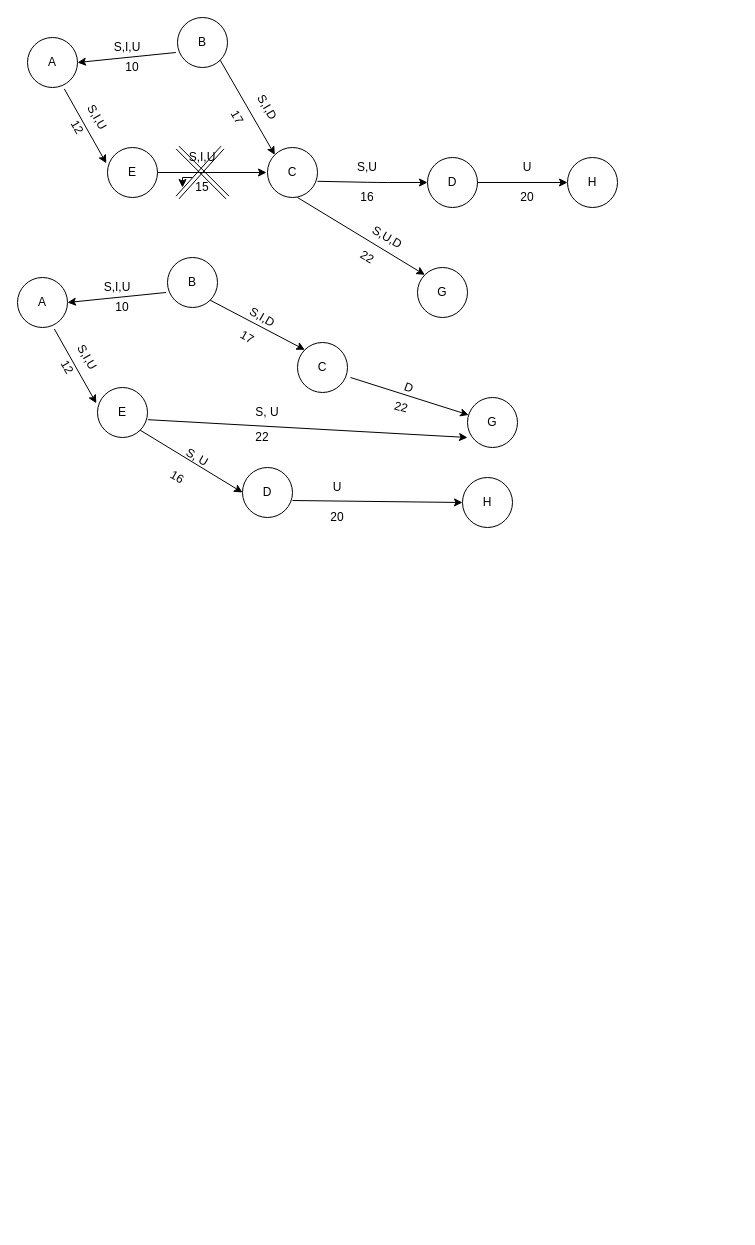
Above: Untitled Diagram.drawio in WynSon/Linux-Basic-for-Hacker (draw.io), before the change. Source tidied: cells renumbered, new cells numbered last; positions are measured from the earlier drawing's top-left corner, leaving out a move shared by most shapes. Both pictures are drawn from the tidied source at 100%, with x=0, y=0 at pixel (17, 17).
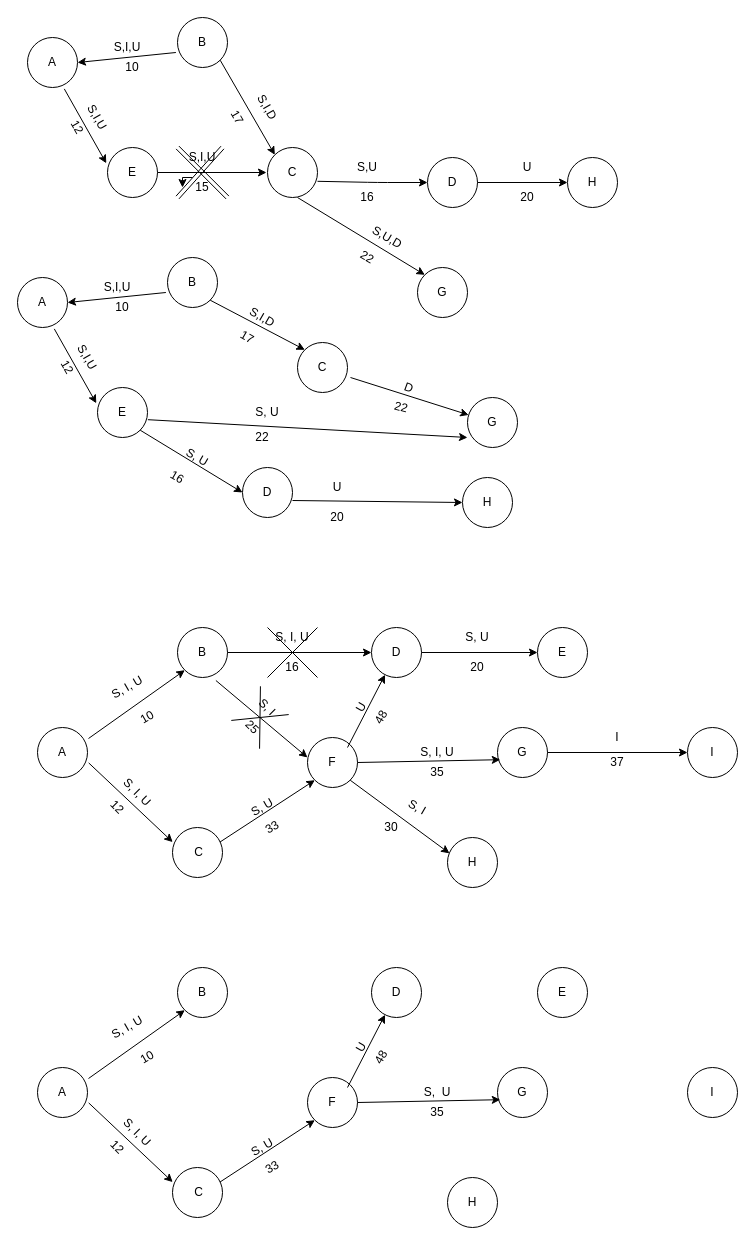
After the change.

Change to the diagram source:
```diff
@@
+    <mxCell id="61" value="B" style="ellipse;whiteSpace=wrap;html=1;" parent="1" vertex="1">
+      <mxGeometry x="160" y="610" width="50" height="50" as="geometry" />
+    </mxCell>
+    <mxCell id="62" value="H" style="ellipse;whiteSpace=wrap;html=1;" parent="1" vertex="1">
+      <mxGeometry x="430" y="820" width="50" height="50" as="geometry" />
+    </mxCell>
+    <mxCell id="63" value="I" style="ellipse;whiteSpace=wrap;html=1;" parent="1" vertex="1">
+      <mxGeometry x="670" y="710" width="50" height="50" as="geometry" />
+    </mxCell>
+    <mxCell id="64" value="G" style="ellipse;whiteSpace=wrap;html=1;" parent="1" vertex="1">
+      <mxGeometry x="480" y="710" width="50" height="50" as="geometry" />
+    </mxCell>
+    <mxCell id="65" value="F" style="ellipse;whiteSpace=wrap;html=1;" parent="1" vertex="1">
+      <mxGeometry x="290" y="720" width="50" height="50" as="geometry" />
+    </mxCell>
+    <mxCell id="66" value="E" style="ellipse;whiteSpace=wrap;html=1;" parent="1" vertex="1">
+      <mxGeometry x="520" y="610" width="50" height="50" as="geometry" />
+    </mxCell>
+    <mxCell id="67" value="D" style="ellipse;whiteSpace=wrap;html=1;" parent="1" vertex="1">
+      <mxGeometry x="354" y="610" width="50" height="50" as="geometry" />
+    </mxCell>
+    <mxCell id="68" value="&amp;nbsp;C" style="ellipse;whiteSpace=wrap;html=1;" parent="1" vertex="1">
+      <mxGeometry x="155" y="810" width="50" height="50" as="geometry" />
+    </mxCell>
+    <mxCell id="69" value="A" style="ellipse;whiteSpace=wrap;html=1;" parent="1" vertex="1">
+      <mxGeometry x="20" y="710" width="50" height="50" as="geometry" />
+    </mxCell>
+    <mxCell id="70" style="endArrow=classic;html=1;entryX=0;entryY=1;entryDx=0;entryDy=0;" parent="1" edge="1" target="61">
+      <mxGeometry relative="1" as="geometry">
+        <mxPoint x="71" y="721" as="sourcePoint" />
+      </mxGeometry>
+    </mxCell>
+    <mxCell id="71" style="endArrow=classic;html=1;entryX=0.004;entryY=0.292;entryDx=0;entryDy=0;exitX=1.024;exitY=0.708;exitDx=0;exitDy=0;exitPerimeter=0;entryPerimeter=0;" parent="1" edge="1" source="69" target="68">
+      <mxGeometry relative="1" as="geometry" />
+    </mxCell>
+    <mxCell id="72" style="endArrow=classic;html=1;exitX=1;exitY=0.5;exitDx=0;exitDy=0;entryX=0;entryY=0.5;entryDx=0;entryDy=0;" parent="1" edge="1" source="61" target="67">
+      <mxGeometry relative="1" as="geometry" />
+    </mxCell>
+    <mxCell id="73" style="endArrow=classic;html=1;exitX=0.948;exitY=0.292;exitDx=0;exitDy=0;exitPerimeter=0;entryX=0;entryY=1;entryDx=0;entryDy=0;" parent="1" edge="1" source="68" target="65">
+      <mxGeometry relative="1" as="geometry" />
+    </mxCell>
+    <mxCell id="74" style="endArrow=classic;html=1;exitX=0.8;exitY=0.2;exitDx=0;exitDy=0;exitPerimeter=0;" parent="1" edge="1" source="65" target="67">
+      <mxGeometry relative="1" as="geometry" />
+    </mxCell>
+    <mxCell id="75" style="endArrow=classic;html=1;exitX=1;exitY=0.5;exitDx=0;exitDy=0;entryX=0.056;entryY=0.644;entryDx=0;entryDy=0;entryPerimeter=0;" parent="1" edge="1" source="65" target="64">
+      <mxGeometry relative="1" as="geometry" />
+    </mxCell>
+    <mxCell id="76" style="endArrow=classic;html=1;exitX=1;exitY=0.5;exitDx=0;exitDy=0;entryX=0;entryY=0.5;entryDx=0;entryDy=0;" parent="1" edge="1" source="67" target="66">
+      <mxGeometry relative="1" as="geometry" />
+    </mxCell>
+    <mxCell id="77" style="endArrow=classic;html=1;exitX=1;exitY=0.5;exitDx=0;exitDy=0;entryX=0;entryY=0.5;entryDx=0;entryDy=0;" parent="1" edge="1" source="64" target="63">
+      <mxGeometry relative="1" as="geometry" />
+    </mxCell>
+    <mxCell id="78" style="endArrow=classic;html=1;exitX=1;exitY=1;exitDx=0;exitDy=0;entryX=0.04;entryY=0.316;entryDx=0;entryDy=0;entryPerimeter=0;" parent="1" edge="1" source="65" target="62">
+      <mxGeometry relative="1" as="geometry" />
+    </mxCell>
+    <mxCell id="79" value="S, I, U" style="text;html=1;strokeColor=none;fillColor=none;align=center;verticalAlign=middle;whiteSpace=wrap;rounded=0;rotation=-30;" parent="1" vertex="1">
+      <mxGeometry x="90" y="660" width="40" height="20" as="geometry" />
+    </mxCell>
+    <mxCell id="80" value="10" style="text;html=1;strokeColor=none;fillColor=none;align=center;verticalAlign=middle;whiteSpace=wrap;rounded=0;rotation=-30;" parent="1" vertex="1">
+      <mxGeometry x="110" y="690" width="40" height="20" as="geometry" />
+    </mxCell>
+    <mxCell id="81" value="20" style="text;html=1;strokeColor=none;fillColor=none;align=center;verticalAlign=middle;whiteSpace=wrap;rounded=0;" parent="1" vertex="1">
+      <mxGeometry x="440" y="640" width="40" height="20" as="geometry" />
+    </mxCell>
+    <mxCell id="82" value="S, U" style="text;html=1;strokeColor=none;fillColor=none;align=center;verticalAlign=middle;whiteSpace=wrap;rounded=0;" parent="1" vertex="1">
+      <mxGeometry x="440" y="610" width="40" height="20" as="geometry" />
+    </mxCell>
+    <mxCell id="83" value="33" style="text;html=1;strokeColor=none;fillColor=none;align=center;verticalAlign=middle;whiteSpace=wrap;rounded=0;rotation=-30;" parent="1" vertex="1">
+      <mxGeometry x="235" y="800" width="40" height="20" as="geometry" />
+    </mxCell>
+    <mxCell id="84" value="S, U" style="text;html=1;strokeColor=none;fillColor=none;align=center;verticalAlign=middle;whiteSpace=wrap;rounded=0;rotation=-30;" parent="1" vertex="1">
+      <mxGeometry x="225" y="780" width="40" height="20" as="geometry" />
+    </mxCell>
+    <mxCell id="85" value="16" style="text;html=1;strokeColor=none;fillColor=none;align=center;verticalAlign=middle;whiteSpace=wrap;rounded=0;" parent="1" vertex="1">
+      <mxGeometry x="255" y="640" width="40" height="20" as="geometry" />
+    </mxCell>
+    <mxCell id="86" value="S, I, U" style="text;html=1;strokeColor=none;fillColor=none;align=center;verticalAlign=middle;whiteSpace=wrap;rounded=0;" parent="1" vertex="1">
+      <mxGeometry x="255" y="610" width="40" height="20" as="geometry" />
+    </mxCell>
+    <mxCell id="87" value="S, I, U" style="text;html=1;strokeColor=none;fillColor=none;align=center;verticalAlign=middle;whiteSpace=wrap;rounded=0;rotation=45;" parent="1" vertex="1">
+      <mxGeometry x="100" y="765" width="40" height="20" as="geometry" />
+    </mxCell>
+    <mxCell id="88" value="12" style="text;html=1;strokeColor=none;fillColor=none;align=center;verticalAlign=middle;whiteSpace=wrap;rounded=0;rotation=45;" parent="1" vertex="1">
+      <mxGeometry x="80" y="780" width="40" height="20" as="geometry" />
+    </mxCell>
+    <mxCell id="89" value="I" style="text;html=1;strokeColor=none;fillColor=none;align=center;verticalAlign=middle;whiteSpace=wrap;rounded=0;" parent="1" vertex="1">
+      <mxGeometry x="580" y="710" width="40" height="20" as="geometry" />
+    </mxCell>
+    <mxCell id="90" value="S, I" style="text;html=1;strokeColor=none;fillColor=none;align=center;verticalAlign=middle;whiteSpace=wrap;rounded=0;rotation=30;" parent="1" vertex="1">
+      <mxGeometry x="380" y="780" width="40" height="20" as="geometry" />
+    </mxCell>
+    <mxCell id="91" value="37" style="text;html=1;strokeColor=none;fillColor=none;align=center;verticalAlign=middle;whiteSpace=wrap;rounded=0;" parent="1" vertex="1">
+      <mxGeometry x="580" y="735" width="40" height="20" as="geometry" />
+    </mxCell>
+    <mxCell id="92" value="30" style="text;html=1;strokeColor=none;fillColor=none;align=center;verticalAlign=middle;whiteSpace=wrap;rounded=0;" parent="1" vertex="1">
+      <mxGeometry x="354" y="800" width="40" height="20" as="geometry" />
+    </mxCell>
+    <mxCell id="93" value="S, I, U" style="text;html=1;strokeColor=none;fillColor=none;align=center;verticalAlign=middle;whiteSpace=wrap;rounded=0;" parent="1" vertex="1">
+      <mxGeometry x="400" y="725" width="40" height="20" as="geometry" />
+    </mxCell>
+    <mxCell id="94" value="35" style="text;html=1;strokeColor=none;fillColor=none;align=center;verticalAlign=middle;whiteSpace=wrap;rounded=0;" parent="1" vertex="1">
+      <mxGeometry x="400" y="745" width="40" height="20" as="geometry" />
+    </mxCell>
+    <mxCell id="95" style="endArrow=none;html=1;" parent="1" edge="1">
+      <mxGeometry relative="1" as="geometry">
+        <mxPoint x="250" y="660" as="sourcePoint" />
+        <mxPoint x="300" y="610" as="targetPoint" />
+      </mxGeometry>
+    </mxCell>
+    <mxCell id="96" style="endArrow=none;html=1;" parent="1" edge="1">
+      <mxGeometry relative="1" as="geometry">
+        <mxPoint x="250" y="610" as="sourcePoint" />
+        <mxPoint x="300" y="660" as="targetPoint" />
+      </mxGeometry>
+    </mxCell>
+    <mxCell id="97" style="endArrow=classic;html=1;exitX=0.768;exitY=1.06;exitDx=0;exitDy=0;exitPerimeter=0;" parent="1" edge="1" source="61">
+      <mxGeometry relative="1" as="geometry">
+        <mxPoint x="290" y="740" as="targetPoint" />
+      </mxGeometry>
+    </mxCell>
+    <mxCell id="98" value="S, I" style="text;html=1;strokeColor=none;fillColor=none;align=center;verticalAlign=middle;whiteSpace=wrap;rounded=0;rotation=45;" parent="1" vertex="1">
+      <mxGeometry x="230" y="680" width="40" height="20" as="geometry" />
+    </mxCell>
+    <mxCell id="99" value="25" style="text;html=1;strokeColor=none;fillColor=none;align=center;verticalAlign=middle;whiteSpace=wrap;rounded=0;rotation=45;" parent="1" vertex="1">
+      <mxGeometry x="215" y="700" width="40" height="20" as="geometry" />
+    </mxCell>
+    <mxCell id="100" style="endArrow=none;html=1;entryX=1;entryY=0;entryDx=0;entryDy=0;exitX=0;exitY=1;exitDx=0;exitDy=0;" parent="1" edge="1" source="99" target="98">
+      <mxGeometry relative="1" as="geometry" />
+    </mxCell>
+    <mxCell id="101" style="endArrow=none;html=1;exitX=1;exitY=1;exitDx=0;exitDy=0;entryX=0;entryY=0;entryDx=0;entryDy=0;" parent="1" edge="1" source="99" target="98">
+      <mxGeometry relative="1" as="geometry" />
+    </mxCell>
+    <mxCell id="102" value="48" style="text;html=1;strokeColor=none;fillColor=none;align=center;verticalAlign=middle;whiteSpace=wrap;rounded=0;rotation=-60;" parent="1" vertex="1">
+      <mxGeometry x="344" y="690" width="40" height="20" as="geometry" />
+    </mxCell>
+    <mxCell id="103" value="U" style="text;html=1;strokeColor=none;fillColor=none;align=center;verticalAlign=middle;whiteSpace=wrap;rounded=0;rotation=-60;" parent="1" vertex="1">
+      <mxGeometry x="324" y="680" width="40" height="20" as="geometry" />
+    </mxCell>
+    <mxCell id="104" value="B" style="ellipse;whiteSpace=wrap;html=1;" parent="1" vertex="1">
+      <mxGeometry x="160" y="950" width="50" height="50" as="geometry" />
+    </mxCell>
+    <mxCell id="105" value="H" style="ellipse;whiteSpace=wrap;html=1;" parent="1" vertex="1">
+      <mxGeometry x="430" y="1160" width="50" height="50" as="geometry" />
+    </mxCell>
+    <mxCell id="106" value="I" style="ellipse;whiteSpace=wrap;html=1;" parent="1" vertex="1">
+      <mxGeometry x="670" y="1050" width="50" height="50" as="geometry" />
+    </mxCell>
+    <mxCell id="107" value="G" style="ellipse;whiteSpace=wrap;html=1;" parent="1" vertex="1">
+      <mxGeometry x="480" y="1050" width="50" height="50" as="geometry" />
+    </mxCell>
+    <mxCell id="108" value="F" style="ellipse;whiteSpace=wrap;html=1;" parent="1" vertex="1">
+      <mxGeometry x="290" y="1060" width="50" height="50" as="geometry" />
+    </mxCell>
+    <mxCell id="109" value="E" style="ellipse;whiteSpace=wrap;html=1;" parent="1" vertex="1">
+      <mxGeometry x="520" y="950" width="50" height="50" as="geometry" />
+    </mxCell>
+    <mxCell id="110" value="D" style="ellipse;whiteSpace=wrap;html=1;" parent="1" vertex="1">
+      <mxGeometry x="354" y="950" width="50" height="50" as="geometry" />
+    </mxCell>
+    <mxCell id="111" value="&amp;nbsp;C" style="ellipse;whiteSpace=wrap;html=1;" parent="1" vertex="1">
+      <mxGeometry x="155" y="1150" width="50" height="50" as="geometry" />
+    </mxCell>
+    <mxCell id="112" value="A" style="ellipse;whiteSpace=wrap;html=1;" parent="1" vertex="1">
+      <mxGeometry x="20" y="1050" width="50" height="50" as="geometry" />
+    </mxCell>
+    <mxCell id="113" style="endArrow=classic;html=1;entryX=0;entryY=1;entryDx=0;entryDy=0;" parent="1" edge="1" target="104">
+      <mxGeometry relative="1" as="geometry">
+        <mxPoint x="71" y="1061" as="sourcePoint" />
+      </mxGeometry>
+    </mxCell>
+    <mxCell id="114" style="endArrow=classic;html=1;entryX=0.004;entryY=0.292;entryDx=0;entryDy=0;exitX=1.024;exitY=0.708;exitDx=0;exitDy=0;exitPerimeter=0;entryPerimeter=0;" parent="1" edge="1" source="112" target="111">
+      <mxGeometry relative="1" as="geometry" />
+    </mxCell>
+    <mxCell id="115" style="endArrow=classic;html=1;exitX=0.948;exitY=0.292;exitDx=0;exitDy=0;exitPerimeter=0;entryX=0;entryY=1;entryDx=0;entryDy=0;" parent="1" edge="1" source="111" target="108">
+      <mxGeometry relative="1" as="geometry" />
+    </mxCell>
+    <mxCell id="116" style="endArrow=classic;html=1;exitX=0.8;exitY=0.2;exitDx=0;exitDy=0;exitPerimeter=0;" parent="1" edge="1" source="108" target="110">
+      <mxGeometry relative="1" as="geometry" />
+    </mxCell>
+    <mxCell id="117" style="endArrow=classic;html=1;exitX=1;exitY=0.5;exitDx=0;exitDy=0;entryX=0.056;entryY=0.644;entryDx=0;entryDy=0;entryPerimeter=0;" parent="1" edge="1" source="108" target="107">
+      <mxGeometry relative="1" as="geometry" />
+    </mxCell>
+    <mxCell id="118" value="S, I, U" style="text;html=1;strokeColor=none;fillColor=none;align=center;verticalAlign=middle;whiteSpace=wrap;rounded=0;rotation=-30;" parent="1" vertex="1">
+      <mxGeometry x="90" y="1000" width="40" height="20" as="geometry" />
+    </mxCell>
+    <mxCell id="119" value="10" style="text;html=1;strokeColor=none;fillColor=none;align=center;verticalAlign=middle;whiteSpace=wrap;rounded=0;rotation=-30;" parent="1" vertex="1">
+      <mxGeometry x="110" y="1030" width="40" height="20" as="geometry" />
+    </mxCell>
+    <mxCell id="120" value="33" style="text;html=1;strokeColor=none;fillColor=none;align=center;verticalAlign=middle;whiteSpace=wrap;rounded=0;rotation=-30;" parent="1" vertex="1">
+      <mxGeometry x="235" y="1140" width="40" height="20" as="geometry" />
+    </mxCell>
+    <mxCell id="121" value="S, U" style="text;html=1;strokeColor=none;fillColor=none;align=center;verticalAlign=middle;whiteSpace=wrap;rounded=0;rotation=-30;" parent="1" vertex="1">
+      <mxGeometry x="225" y="1120" width="40" height="20" as="geometry" />
+    </mxCell>
+    <mxCell id="122" value="S, I, U" style="text;html=1;strokeColor=none;fillColor=none;align=center;verticalAlign=middle;whiteSpace=wrap;rounded=0;rotation=45;" parent="1" vertex="1">
+      <mxGeometry x="100" y="1105" width="40" height="20" as="geometry" />
+    </mxCell>
+    <mxCell id="123" value="12" style="text;html=1;strokeColor=none;fillColor=none;align=center;verticalAlign=middle;whiteSpace=wrap;rounded=0;rotation=45;" parent="1" vertex="1">
+      <mxGeometry x="80" y="1120" width="40" height="20" as="geometry" />
+    </mxCell>
+    <mxCell id="124" value="S,&amp;nbsp; U" style="text;html=1;strokeColor=none;fillColor=none;align=center;verticalAlign=middle;whiteSpace=wrap;rounded=0;" parent="1" vertex="1">
+      <mxGeometry x="400" y="1065" width="40" height="20" as="geometry" />
+    </mxCell>
+    <mxCell id="125" value="35" style="text;html=1;strokeColor=none;fillColor=none;align=center;verticalAlign=middle;whiteSpace=wrap;rounded=0;" parent="1" vertex="1">
+      <mxGeometry x="400" y="1085" width="40" height="20" as="geometry" />
+    </mxCell>
+    <mxCell id="126" value="48" style="text;html=1;strokeColor=none;fillColor=none;align=center;verticalAlign=middle;whiteSpace=wrap;rounded=0;rotation=-60;" parent="1" vertex="1">
+      <mxGeometry x="344" y="1030" width="40" height="20" as="geometry" />
+    </mxCell>
+    <mxCell id="127" value="U" style="text;html=1;strokeColor=none;fillColor=none;align=center;verticalAlign=middle;whiteSpace=wrap;rounded=0;rotation=-60;" parent="1" vertex="1">
+      <mxGeometry x="324" y="1020" width="40" height="20" as="geometry" />
+    </mxCell>
```
